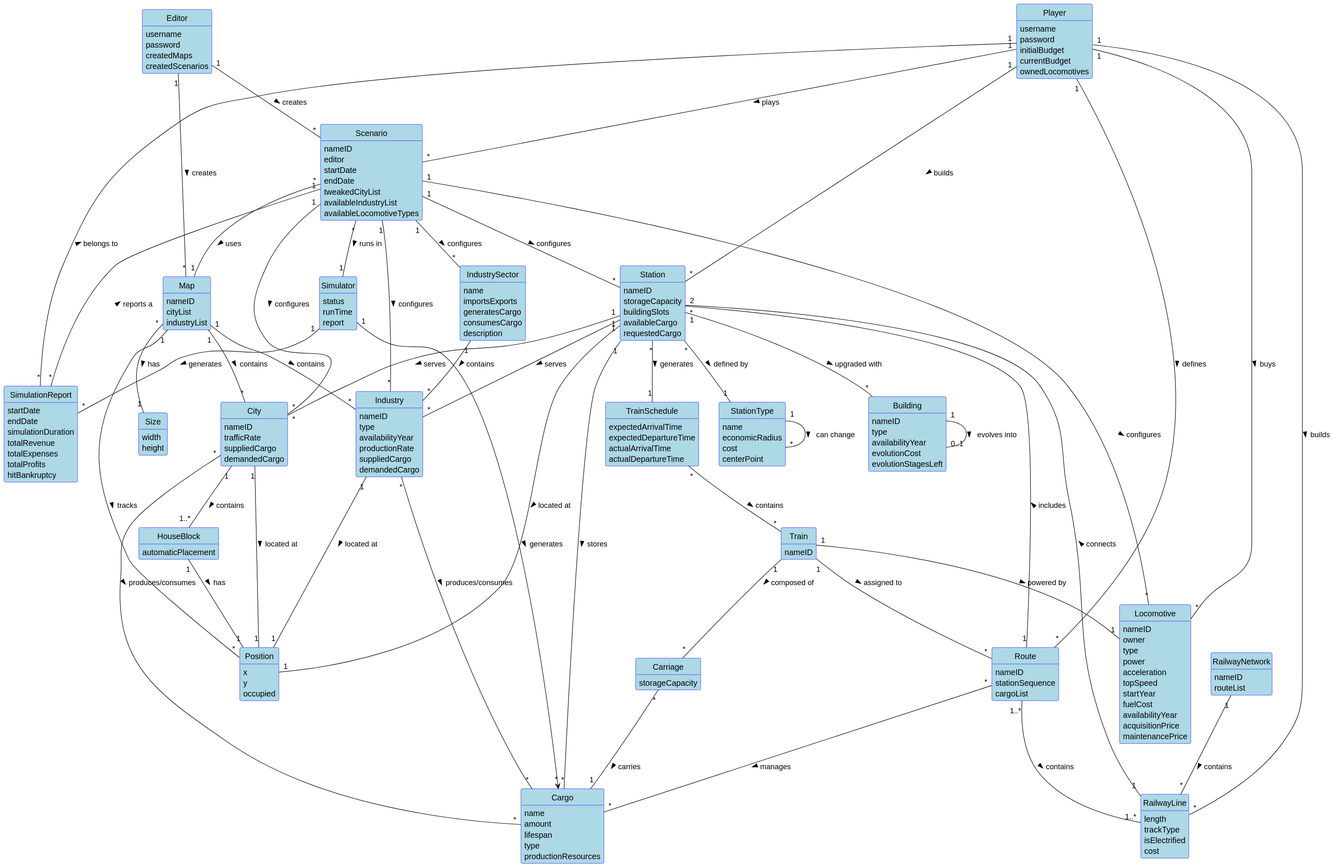
HenriqueSilva18/Railway-Network-Simulator keeps this PlantUML diagram as docs/system-documentation/global-artifacts/02.analysis/svg/DomainModel.svg. Above is the earlier version.
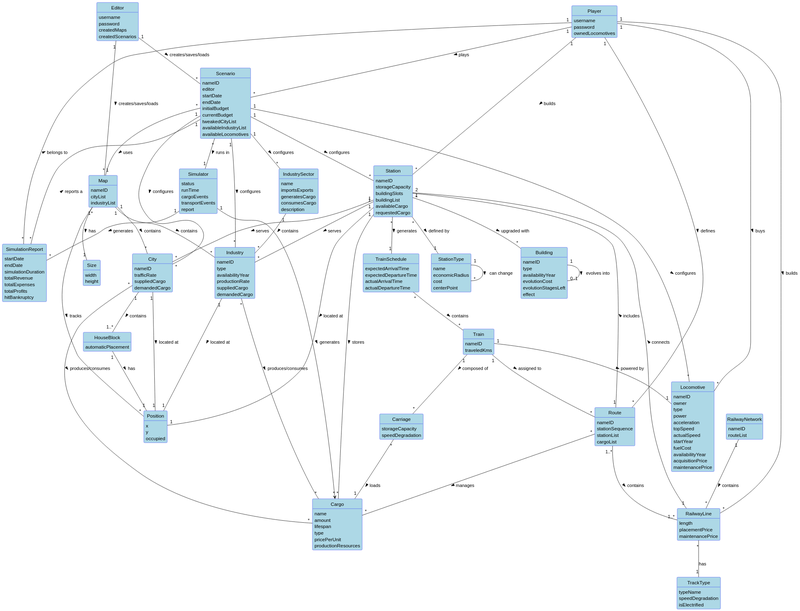
The same diagram one commit later.

Commit message:
[ESOFT] - Ref #408, Ref #400, Ref #318 - Updated the Domain Model in accordance with the new requirements

Diff of the diagram source:
```diff
@@ -15,8 +15,6 @@
 class Player {
   username
   password
-  initialBudget
-  currentBudget
   ownedLocomotives
 }
 
@@ -49,14 +47,18 @@
   editor
   startDate
   endDate
+  initialBudget
+  currentBudget
   tweakedCityList
   availableIndustryList
-  availableLocomotiveTypes
+  availableLocomotives
 }
 
 class Simulator {
   status
   runTime
+  cargoEvents
+  transportEvents
   report
 }
 
@@ -105,6 +107,7 @@
   amount
   lifespan
   type
+  pricePerUnit
   productionResources
 }
 
@@ -112,6 +115,7 @@
   nameID
   storageCapacity
   buildingSlots
+  buildingList
   availableCargo
   requestedCargo
 }
@@ -136,13 +140,19 @@
   availabilityYear
   evolutionCost
   evolutionStagesLeft
+  effect
 }
 
 class RailwayLine {
   length
-  trackType
+  placementPrice
+  maintenancePrice
+}
+
+class TrackType{
+  typeName
+  speedDegradation
   isElectrified
-  cost
 }
 
 class RailwayNetwork{
@@ -157,6 +167,7 @@
   power
   acceleration
   topSpeed
+  actualSpeed
   startYear
   fuelCost
   availabilityYear
@@ -166,20 +177,23 @@
 
 class Train {
   nameID
+  traveledKms
 }
 
 class Carriage {
   storageCapacity
+  speedDegradation
 }
 
 class Route {
   nameID
   stationSequence
+  stationList
   cargoList
 }
 
-Editor "1" -- "*" Map : creates >
-Editor "1" -- "*" Scenario : creates >
+Editor "1" -- "*" Map : creates/saves/loads >
+Editor "1" -- "*" Scenario : creates/saves/loads >
 Scenario "*" -- "1" Map : uses >
 Player "1" -- "*" Scenario : plays >
 Scenario "*" -- "1" Simulator : runs in >
@@ -197,7 +211,7 @@
 Player "1" -- "*" Locomotive : buys >
 Train "1" -- "1" Locomotive : powered by >
 Train "1" -- "*" Carriage : composed of >
-Carriage "*" -- "1" Cargo : carries >
+Carriage "*" -- "1" Cargo : loads >
 Train "1" -- "*" Route : assigned to >
 Route "1" -- "*" Station : includes >
 Route "*" -- "*" Cargo : manages >
@@ -226,4 +240,5 @@
 Simulator "1" -- "*" SimulationReport : generates >
 SimulationReport "*" -- "1" Scenario : reports a >
 SimulationReport "*" -- "1" Player : belongs to >
+RailwayLine "*" -- "1" TrackType: has
 @enduml
```
